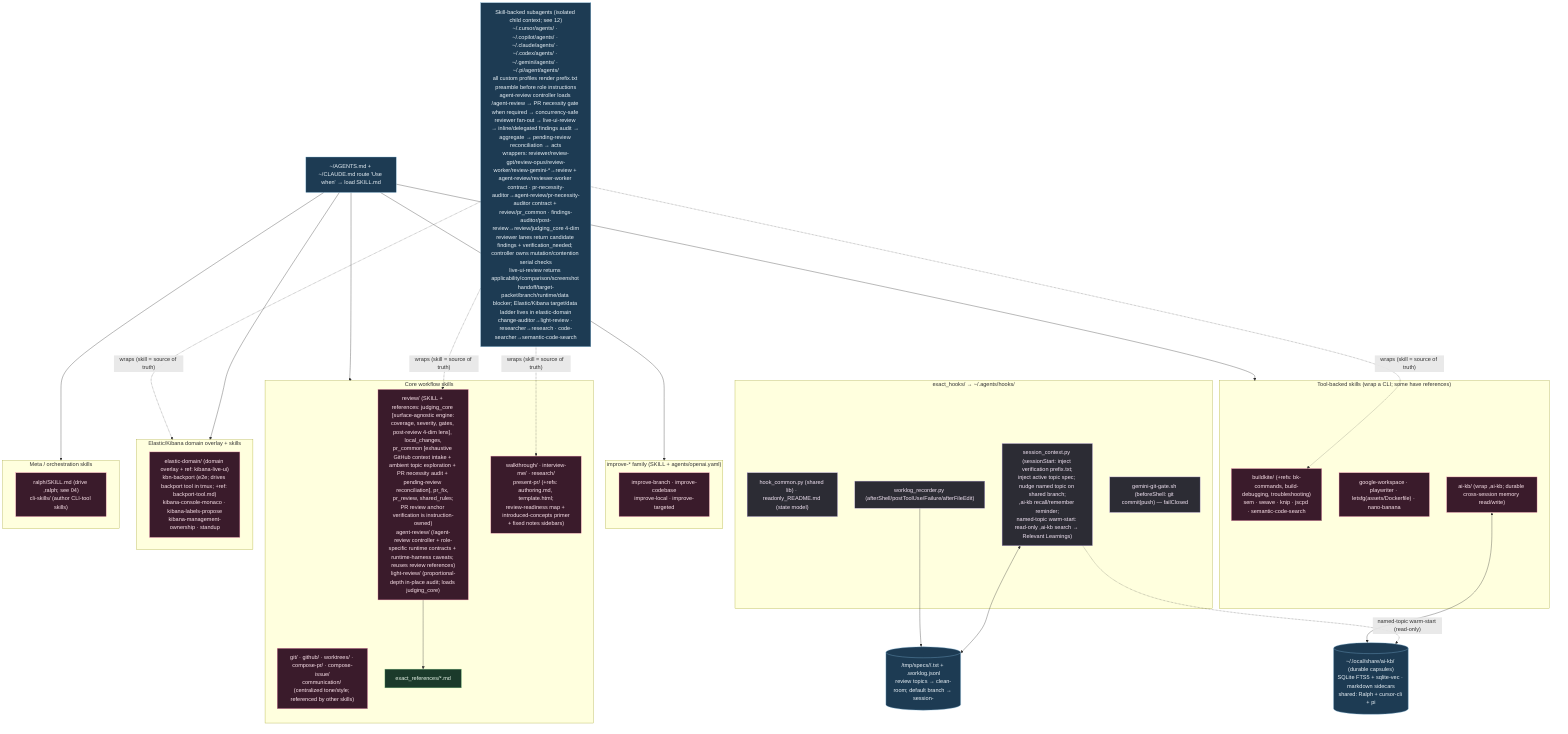
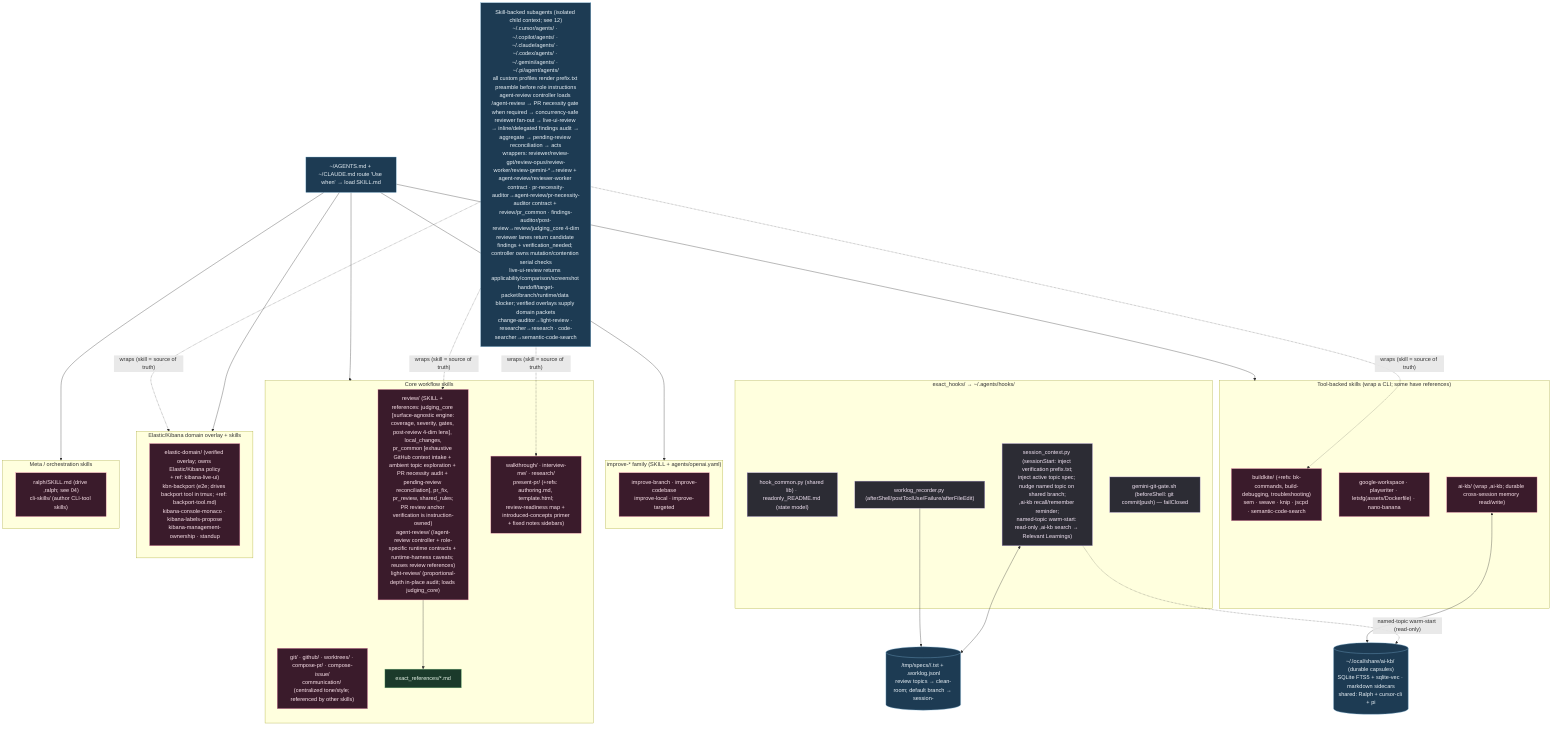
%% ============================================================================
%% 03b-agent-skills-hooks.mmd — Every file under home/exact_dot_agents/ (67).
%% Skills → ~/.agents/skills/ (intent-routed SKILL.md). Shared hooks → ~/.agents/hooks/.
%% ============================================================================
flowchart TB
    classDef skill fill:#3a1b2b,stroke:#f48fb1,color:#fce4ec;
    classDef hook fill:#2c2c34,stroke:#b39ddb,color:#f3e5f5;
    classDef ref fill:#1b3a2b,stroke:#81c784,color:#e8f5e9;
    classDef data fill:#1d3b53,stroke:#7fb3d5,color:#eaf2f8;

    subgraph HOOKS["exact_hooks/ → ~/.agents/hooks/"]
        HC["hook_common.py (shared lib) · readonly_README.md (state model)"]:::hook
        SCx["session_context.py (sessionStart: inject verification prefix.txt;<br/>inject active topic spec; nudge named topic on shared branch;<br/>,ai-kb recall/remember reminder;<br/>named-topic warm-start: read-only ,ai-kb search → Relevant Learnings)"]:::hook
        WLx["worklog_recorder.py (afterShell/postToolUse/Failure/afterFileEdit)"]:::hook
        GG["gemini-git-gate.sh (beforeShell: git commit|push) — failClosed"]:::hook
    end

    MEM[("/tmp/specs/<pwd>/<topic>.txt + .worklog.jsonl<br/>review topics → clean-room; default branch → session-<id>")]:::data
    SCx <--> MEM
    WLx --> MEM

    KBDB[("~/.local/share/ai-kb/ (durable capsules)<br/>SQLite FTS5 + sqlite-vec · markdown sidecars<br/>shared: Ralph + cursor-cli + pi")]:::data
    SCx -. "named-topic warm-start (read-only)" .-> KBDB

    subgraph CORE["Core workflow skills"]
        S1["review/ (SKILL + references: judging_core [surface-agnostic engine:<br/>coverage, severity, gates, post-review 4-dim lens], local_changes,<br/>pr_common [exhaustive GitHub context intake + ambient topic exploration + PR necessity audit + pending-review reconciliation], pr_fix, pr_review, shared_rules;<br/>PR review anchor verification is instruction-owned)<br/>agent-review/ (/agent-review controller + role-specific runtime contracts + runtime-harness caveats; reuses review references)<br/>light-review/ (proportional-depth in-place audit; loads judging_core)"]:::skill
        S2["git/ · github/ · worktrees/ · compose-pr/ · compose-issue/<br/>communication/ (centralized tone/style; referenced by other skills)"]:::skill
        S3["walkthrough/ · interview-me/ · research/<br/>present-pr/ (+refs: authoring.md, template.html;<br/>review-readiness map + introduced-concepts primer<br/>+ fixed notes sidebars)"]:::skill
        S1 --> R1["exact_references/*.md"]:::ref
    end

    subgraph IMPROVE["improve-* family (SKILL + agents/openai.yaml)"]
        S4["improve-branch · improve-codebase<br/>improve-local · improve-targeted"]:::skill
    end

    subgraph TOOLS["Tool-backed skills (wrap a CLI; some have references)"]
        S5["buildkite/ (+refs: bk-commands, build-debugging, troubleshooting)<br/>sem · weave · knip · jscpd · semantic-code-search"]:::skill
        S6["google-workspace · playwriter · letsfg(assets/Dockerfile) · nano-banana"]:::skill
        S7["ai-kb/ (wrap ,ai-kb; durable cross-session memory read/write)"]:::skill
    end

    subgraph KBN["Elastic/Kibana domain overlay + skills"]
-         S8["elastic-domain/ (domain overlay + ref: kibana-live-ui)<br/>kbn-backport (e2e; drives backport tool in tmux; +ref: backport-tool.md)<br/>kibana-console-monaco · kibana-labels-propose<br/>kibana-management-ownership · standup"]:::skill
+         S8["elastic-domain/ (verified overlay; owns Elastic/Kibana policy<br/>+ ref: kibana-live-ui)<br/>kbn-backport (e2e; drives backport tool in tmux; +ref: backport-tool.md)<br/>kibana-console-monaco · kibana-labels-propose<br/>kibana-management-ownership · standup"]:::skill
    end

    subgraph META["Meta / orchestration skills"]
        S9["ralph/SKILL.md (drive ,ralph; see 04)<br/>cli-skills/ (author CLI-tool skills)"]:::skill
    end

    SOPS["~/AGENTS.md + ~/CLAUDE.md route 'Use when' → load SKILL.md"]:::data
    SOPS --> CORE & IMPROVE & TOOLS & KBN & META
    S7 <--> KBDB

-     SUBA["Skill-backed subagents (isolated child context; see 12)<br/>~/.cursor/agents/ · ~/.copilot/agents/ · ~/.claude/agents/ · ~/.codex/agents/ · ~/.gemini/agents/ · ~/.pi/agent/agents/<br/>all custom profiles render prefix.txt preamble before role instructions<br/>agent-review controller loads /agent-review → PR necessity gate when required → concurrency-safe reviewer fan-out → live-ui-review → inline/delegated findings audit → aggregate → pending-review reconciliation → acts<br/>wrappers: reviewer/review-gpt/review-opus/review-worker/review-gemini-*→review + agent-review/reviewer-worker contract · pr-necessity-auditor→agent-review/pr-necessity-auditor contract + review/pr_common · findings-auditor/post-review→review/judging_core 4-dim<br/>reviewer lanes return candidate findings + verification_needed; controller owns mutation/contention serial checks<br/>live-ui-review returns applicability/comparison/screenshot handoff/target-packet/branch/runtime/data blocker; Elastic/Kibana target/data ladder lives in elastic-domain<br/>change-auditor→light-review · researcher→research · code-searcher→semantic-code-search"]:::data
+     SUBA["Skill-backed subagents (isolated child context; see 12)<br/>~/.cursor/agents/ · ~/.copilot/agents/ · ~/.claude/agents/ · ~/.codex/agents/ · ~/.gemini/agents/ · ~/.pi/agent/agents/<br/>all custom profiles render prefix.txt preamble before role instructions<br/>agent-review controller loads /agent-review → PR necessity gate when required → concurrency-safe reviewer fan-out → live-ui-review → inline/delegated findings audit → aggregate → pending-review reconciliation → acts<br/>wrappers: reviewer/review-gpt/review-opus/review-worker/review-gemini-*→review + agent-review/reviewer-worker contract · pr-necessity-auditor→agent-review/pr-necessity-auditor contract + review/pr_common · findings-auditor/post-review→review/judging_core 4-dim<br/>reviewer lanes return candidate findings + verification_needed; controller owns mutation/contention serial checks<br/>live-ui-review returns applicability/comparison/screenshot handoff/target-packet/branch/runtime/data blocker; verified overlays supply domain packets<br/>change-auditor→light-review · researcher→research · code-searcher→semantic-code-search"]:::data
    SUBA -.->|"wraps (skill = source of truth)"| S1 & S3 & S5 & KBN
